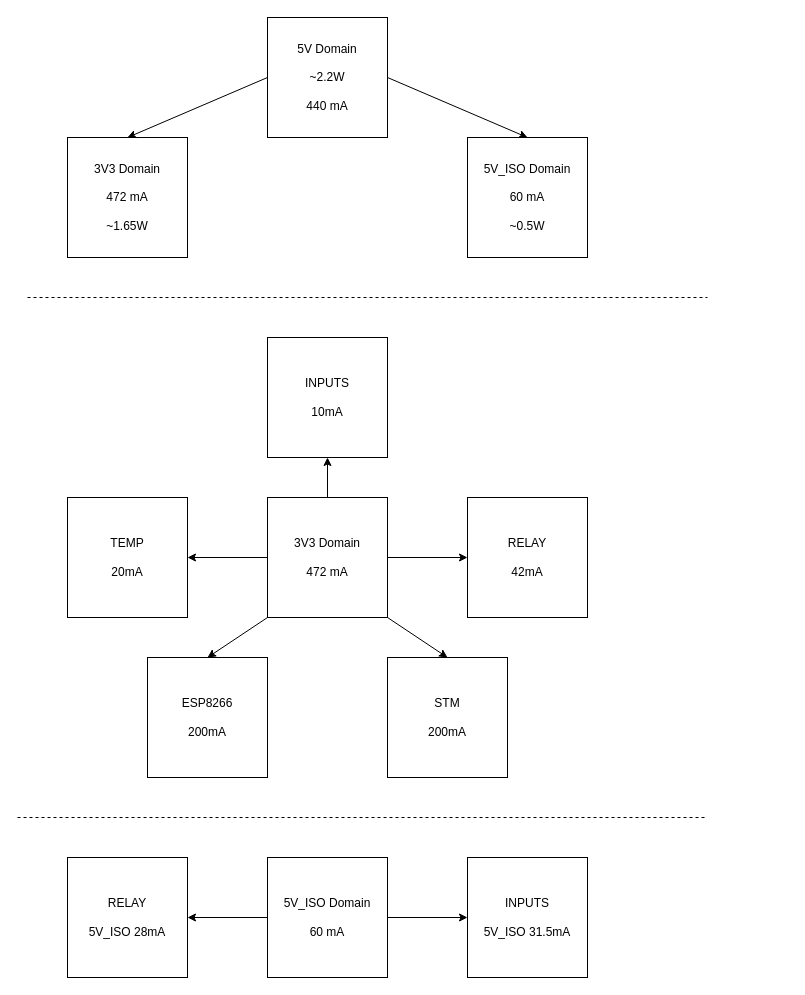
This is DOCUMENT/Power.drawio from vpodlesnyi/Industrial-Controller, a draw.io file, before an edit. Source tidied: cells renumbered, new cells numbered last; positions are measured from the earlier drawing's top-left corner, leaving out a move shared by most shapes. Both pictures are drawn from the tidied source at 100%, with x=0, y=0 at pixel (17, 17).
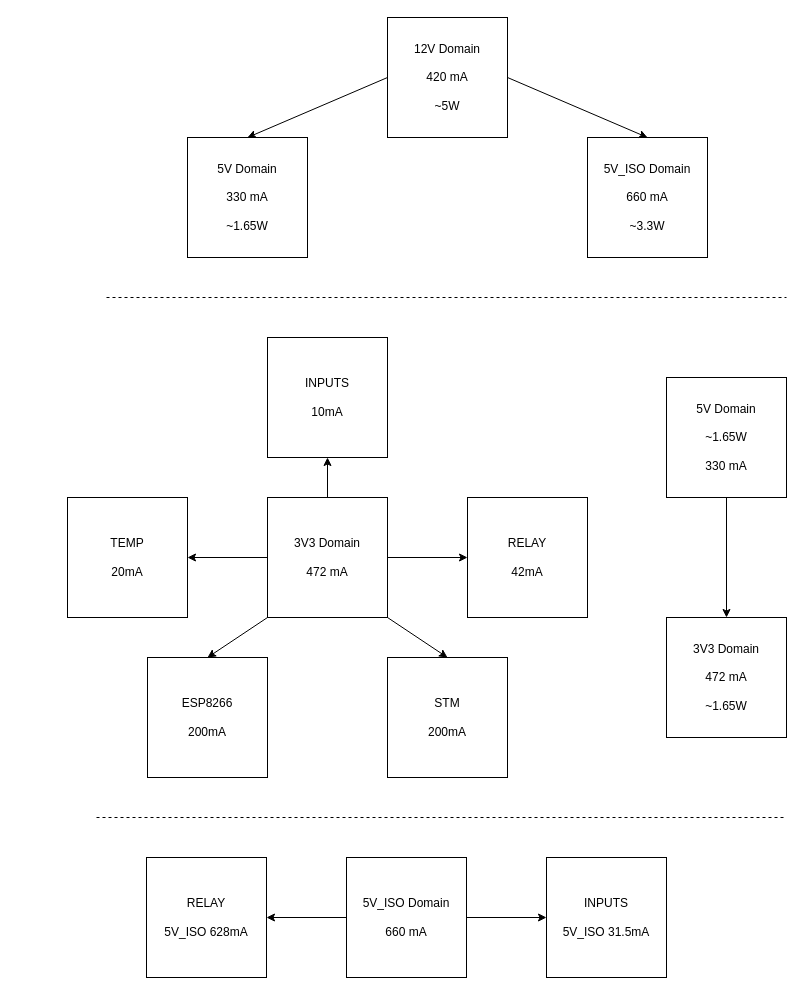
The same diagram, later.

Commit message (it also covers changes not shown here):
Сhanged the power supplier.

Diff of the diagram source:
```diff
@@
-    <mxCell id="2" value="RELAY&lt;br&gt;&lt;br&gt;5V_ISO 28mA" style="rounded=0;whiteSpace=wrap;html=1;" parent="1" vertex="1">
-      <mxGeometry x="50" y="840" width="120" height="120" as="geometry" />
+    <mxCell id="2" value="RELAY&lt;br&gt;&lt;br&gt;5V_ISO 628mA" style="rounded=0;whiteSpace=wrap;html=1;" parent="1" vertex="1">
+      <mxGeometry x="129" y="840" width="120" height="120" as="geometry" />
     </mxCell>
     <mxCell id="3" value="INPUTS&lt;br&gt;&lt;br&gt;5V_ISO 31.5mA" style="rounded=0;whiteSpace=wrap;html=1;" parent="1" vertex="1">
-      <mxGeometry x="450" y="840" width="120" height="120" as="geometry" />
+      <mxGeometry x="529" y="840" width="120" height="120" as="geometry" />
     </mxCell>
@@
-    <mxCell id="17" value="5V_ISO Domain&lt;br&gt;&lt;br&gt;60 mA" style="rounded=0;whiteSpace=wrap;html=1;" parent="1" vertex="1">
-      <mxGeometry x="250" y="840" width="120" height="120" as="geometry" />
+    <mxCell id="17" value="5V_ISO Domain&lt;br&gt;&lt;br&gt;660 mA" style="rounded=0;whiteSpace=wrap;html=1;" parent="1" vertex="1">
+      <mxGeometry x="329" y="840" width="120" height="120" as="geometry" />
     </mxCell>
     <mxCell id="18" value="3V3 Domain&lt;br&gt;&lt;br&gt;472 mA&lt;br&gt;&lt;br&gt;~1.65W" style="rounded=0;whiteSpace=wrap;html=1;" parent="1" vertex="1">
-      <mxGeometry x="50" y="120" width="120" height="120" as="geometry" />
+      <mxGeometry x="649" y="600" width="120" height="120" as="geometry" />
     </mxCell>
-    <mxCell id="19" value="5V_ISO Domain&lt;br&gt;&lt;br&gt;60 mA&lt;br&gt;&lt;br&gt;~0.5W" style="rounded=0;whiteSpace=wrap;html=1;" parent="1" vertex="1">
-      <mxGeometry x="450" y="120" width="120" height="120" as="geometry" />
-    </mxCell>
     <mxCell id="20" style="endArrow=none;dashed=1;html=1;rounded=0;" parent="1" edge="1">
       <mxGeometry relative="1" as="geometry">
-        <mxPoint x="10" y="280" as="sourcePoint" />
-        <mxPoint x="690" y="280" as="targetPoint" />
+        <mxPoint x="89" y="280" as="sourcePoint" />
+        <mxPoint x="769" y="280" as="targetPoint" />
       </mxGeometry>
     </mxCell>
     <mxCell id="21" style="endArrow=none;dashed=1;html=1;rounded=0;" parent="1" edge="1">
       <mxGeometry relative="1" as="geometry">
-        <mxPoint y="800" as="sourcePoint" />
-        <mxPoint x="690" y="800" as="targetPoint" />
+        <mxPoint x="79" y="800" as="sourcePoint" />
+        <mxPoint x="769" y="800" as="targetPoint" />
       </mxGeometry>
     </mxCell>
-    <mxCell id="22" style="rounded=0;jettySize=auto;html=1;exitX=0;exitY=0.5;exitDx=0;exitDy=0;entryX=0.5;entryY=0;entryDx=0;entryDy=0;" parent="1" edge="1" source="24" target="18">
-      <mxGeometry relative="1" as="geometry" />
-    </mxCell>
-    <mxCell id="23" style="edgeStyle=none;rounded=0;jettySize=auto;html=1;exitX=1;exitY=0.5;exitDx=0;exitDy=0;entryX=0.5;entryY=0;entryDx=0;entryDy=0;" parent="1" edge="1" source="24" target="19">
-      <mxGeometry relative="1" as="geometry" />
-    </mxCell>
-    <mxCell id="24" value="5V Domain&lt;br&gt;&lt;br&gt;~2.2W&lt;br&gt;&lt;br&gt;440 mA&lt;br&gt;" style="rounded=0;whiteSpace=wrap;html=1;" parent="1" vertex="1">
-      <mxGeometry x="250" width="120" height="120" as="geometry" />
-    </mxCell>
+    <mxCell id="25" value="5V_ISO Domain&lt;br&gt;&lt;br&gt;660 mA&lt;br&gt;&lt;br&gt;~3.3W" style="rounded=0;whiteSpace=wrap;html=1;" parent="1" vertex="1">
+      <mxGeometry x="570" y="120" width="120" height="120" as="geometry" />
+    </mxCell>
+    <mxCell id="26" style="edgeStyle=none;rounded=0;jettySize=auto;html=1;exitX=0;exitY=0.5;exitDx=0;exitDy=0;entryX=0.5;entryY=0;entryDx=0;entryDy=0;" parent="1" edge="1" source="28" target="31">
+      <mxGeometry relative="1" as="geometry" />
+    </mxCell>
+    <mxCell id="27" style="edgeStyle=none;rounded=0;jettySize=auto;html=1;exitX=1;exitY=0.5;exitDx=0;exitDy=0;entryX=0.5;entryY=0;entryDx=0;entryDy=0;" parent="1" edge="1" source="28" target="25">
+      <mxGeometry relative="1" as="geometry" />
+    </mxCell>
+    <mxCell id="28" value="12V Domain&lt;br&gt;&lt;br&gt;420 mA&lt;br&gt;&lt;br&gt;~5W" style="rounded=0;whiteSpace=wrap;html=1;" parent="1" vertex="1">
+      <mxGeometry x="370" width="120" height="120" as="geometry" />
+    </mxCell>
+    <mxCell id="29" style="edgeStyle=orthogonalEdgeStyle;rounded=0;jettySize=auto;html=1;exitX=0.5;exitY=1;exitDx=0;exitDy=0;entryX=0.5;entryY=0;entryDx=0;entryDy=0;" parent="1" edge="1" source="30" target="18">
+      <mxGeometry relative="1" as="geometry" />
+    </mxCell>
+    <mxCell id="30" value="5V Domain&lt;br&gt;&lt;br&gt;~1.65W&lt;br&gt;&lt;br&gt;330 mA" style="rounded=0;whiteSpace=wrap;html=1;" parent="1" vertex="1">
+      <mxGeometry x="649" y="360" width="120" height="120" as="geometry" />
+    </mxCell>
+    <mxCell id="31" value="5V Domain&lt;br&gt;&lt;br&gt;330 mA&lt;br&gt;&lt;br&gt;~1.65W" style="rounded=0;whiteSpace=wrap;html=1;" parent="1" vertex="1">
+      <mxGeometry x="170" y="120" width="120" height="120" as="geometry" />
+    </mxCell>
```
